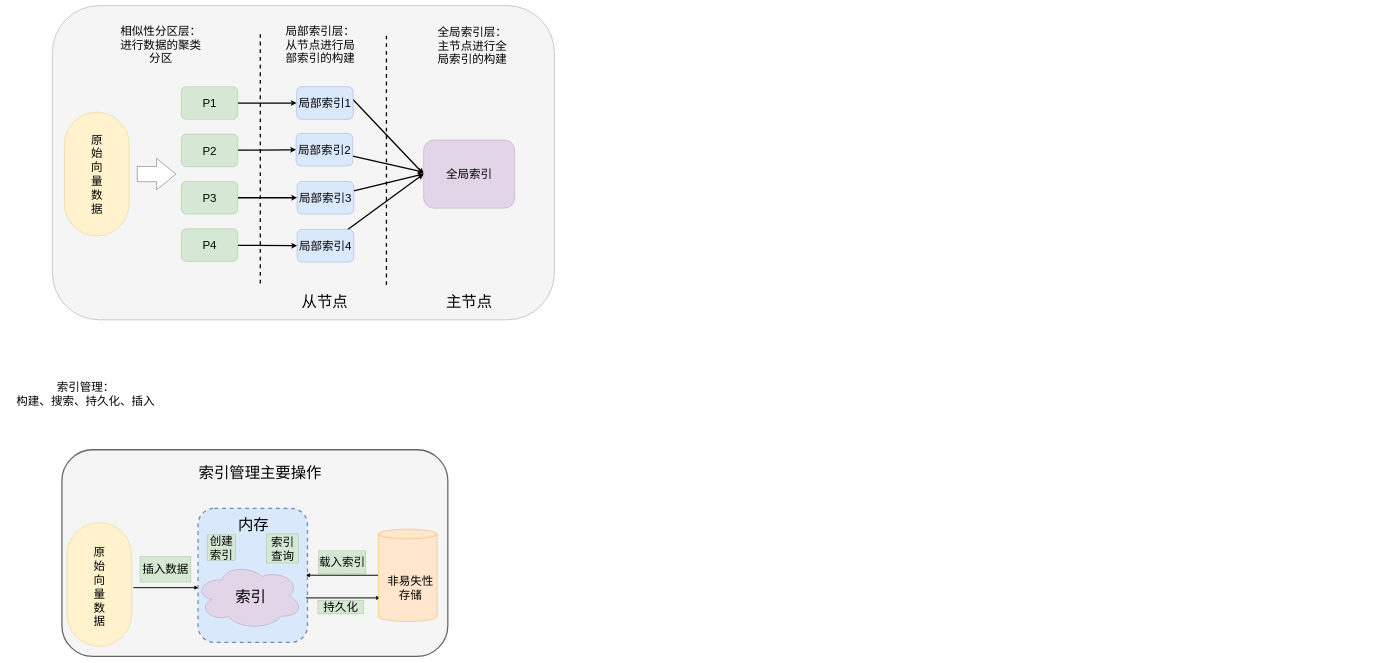
Earlier version of the draw.io diagram 1.drawio (huzhiyi123/drawio.hub). Source tidied: cells renumbered, new cells numbered last; positions are measured from the earlier drawing's top-left corner, leaving out a move shared by most shapes. Both pictures are drawn from the tidied source at 32%, with x=0, y=0 at pixel (5, 5).
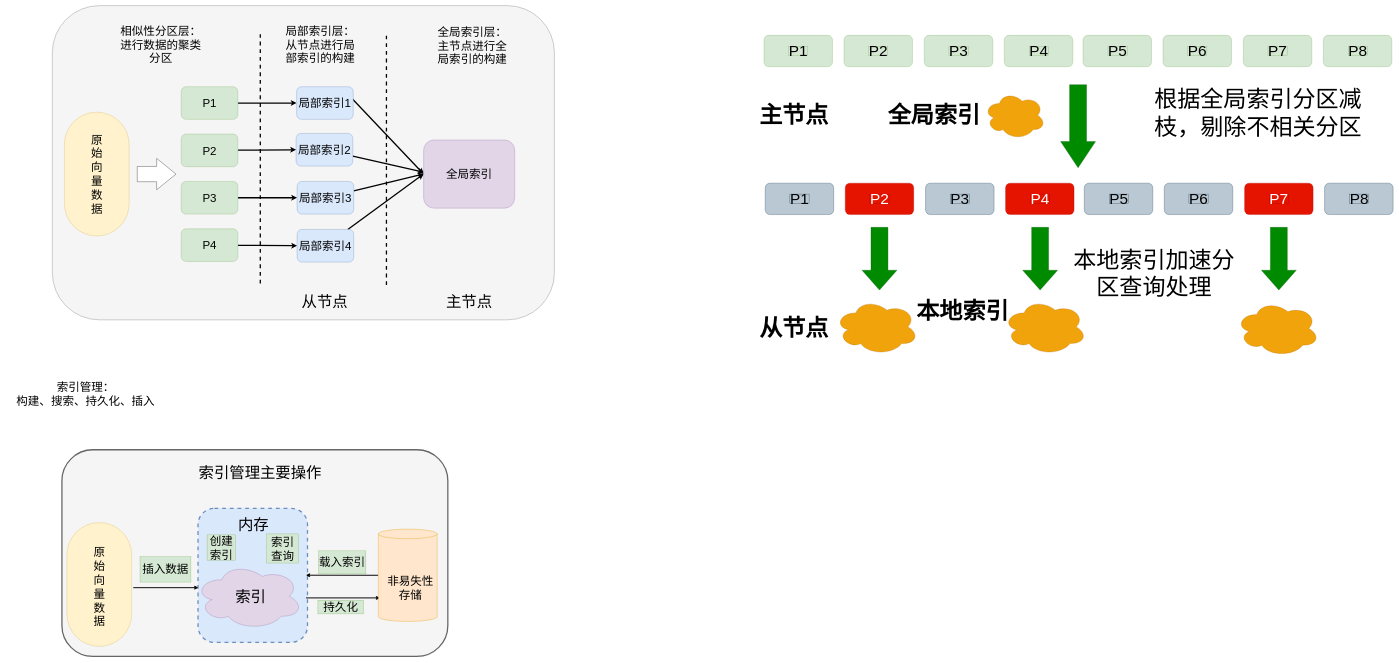
The same diagram, later.

What changed in the source:
```diff
@@
+    <mxCell id="49" style="rounded=1;whiteSpace=wrap;html=1;fillColor=#d5e8d4;strokeColor=#82b366;" parent="1" vertex="1">
+      <mxGeometry x="2371" y="93" width="214" height="98" as="geometry" />
+    </mxCell>
+    <mxCell id="50" style="rounded=1;whiteSpace=wrap;html=1;fillColor=#d5e8d4;strokeColor=#82b366;" parent="1" vertex="1">
+      <mxGeometry x="2621" y="93" width="214" height="98" as="geometry" />
+    </mxCell>
+    <mxCell id="51" value="&lt;font style=&quot;font-size: 48px&quot;&gt;P2&lt;/font&gt;" style="text;html=1;strokeColor=#82b366;fillColor=#d5e8d4;align=center;verticalAlign=middle;whiteSpace=wrap;rounded=0;" parent="1" vertex="1">
+      <mxGeometry x="2698" y="127" width="60" height="30" as="geometry" />
+    </mxCell>
+    <mxCell id="52" value="&lt;font style=&quot;font-size: 48px&quot;&gt;P1&lt;/font&gt;" style="text;html=1;strokeColor=#82b366;fillColor=#d5e8d4;align=center;verticalAlign=middle;whiteSpace=wrap;rounded=0;" parent="1" vertex="1">
+      <mxGeometry x="2448" y="127" width="60" height="30" as="geometry" />
+    </mxCell>
+    <mxCell id="53" style="rounded=1;whiteSpace=wrap;html=1;fillColor=#d5e8d4;strokeColor=#82b366;" parent="1" vertex="1">
+      <mxGeometry x="2872" y="93" width="214" height="98" as="geometry" />
+    </mxCell>
+    <mxCell id="54" style="rounded=1;whiteSpace=wrap;html=1;fillColor=#d5e8d4;strokeColor=#82b366;" parent="1" vertex="1">
+      <mxGeometry x="3122" y="93" width="214" height="98" as="geometry" />
+    </mxCell>
+    <mxCell id="55" value="&lt;font style=&quot;font-size: 48px&quot;&gt;P4&lt;/font&gt;" style="text;html=1;strokeColor=#82b366;fillColor=#d5e8d4;align=center;verticalAlign=middle;whiteSpace=wrap;rounded=0;" parent="1" vertex="1">
+      <mxGeometry x="3200" y="127" width="60" height="30" as="geometry" />
+    </mxCell>
+    <mxCell id="56" value="&lt;font style=&quot;font-size: 48px&quot;&gt;P3&lt;/font&gt;" style="text;html=1;strokeColor=#82b366;fillColor=#d5e8d4;align=center;verticalAlign=middle;whiteSpace=wrap;rounded=0;" parent="1" vertex="1">
+      <mxGeometry x="2949" y="127" width="60" height="30" as="geometry" />
+    </mxCell>
+    <mxCell id="57" style="rounded=1;whiteSpace=wrap;html=1;fillColor=#d5e8d4;strokeColor=#82b366;" parent="1" vertex="1">
+      <mxGeometry x="3368" y="93" width="214" height="98" as="geometry" />
+    </mxCell>
+    <mxCell id="58" style="rounded=1;whiteSpace=wrap;html=1;fillColor=#d5e8d4;strokeColor=#82b366;" parent="1" vertex="1">
+      <mxGeometry x="3618" y="93" width="214" height="98" as="geometry" />
+    </mxCell>
+    <mxCell id="59" value="&lt;font style=&quot;font-size: 48px&quot;&gt;P6&lt;/font&gt;" style="text;html=1;strokeColor=#82b366;fillColor=#d5e8d4;align=center;verticalAlign=middle;whiteSpace=wrap;rounded=0;" parent="1" vertex="1">
+      <mxGeometry x="3695" y="127" width="60" height="30" as="geometry" />
+    </mxCell>
+    <mxCell id="60" value="&lt;font style=&quot;font-size: 48px&quot;&gt;P5&lt;/font&gt;" style="text;html=1;strokeColor=#82b366;fillColor=#d5e8d4;align=center;verticalAlign=middle;whiteSpace=wrap;rounded=0;" parent="1" vertex="1">
+      <mxGeometry x="3446" y="127" width="60" height="30" as="geometry" />
+    </mxCell>
+    <mxCell id="61" style="rounded=1;whiteSpace=wrap;html=1;fillColor=#d5e8d4;strokeColor=#82b366;" parent="1" vertex="1">
+      <mxGeometry x="3869" y="93" width="214" height="98" as="geometry" />
+    </mxCell>
+    <mxCell id="62" style="rounded=1;whiteSpace=wrap;html=1;fillColor=#d5e8d4;strokeColor=#82b366;" parent="1" vertex="1">
+      <mxGeometry x="4119" y="93" width="214" height="98" as="geometry" />
+    </mxCell>
+    <mxCell id="63" value="&lt;font style=&quot;font-size: 48px&quot;&gt;P8&lt;/font&gt;" style="text;html=1;strokeColor=#82b366;fillColor=#d5e8d4;align=center;verticalAlign=middle;whiteSpace=wrap;rounded=0;" parent="1" vertex="1">
+      <mxGeometry x="4197" y="127" width="60" height="30" as="geometry" />
+    </mxCell>
+    <mxCell id="64" value="&lt;font style=&quot;font-size: 48px&quot;&gt;P7&lt;/font&gt;" style="text;html=1;strokeColor=#82b366;fillColor=#d5e8d4;align=center;verticalAlign=middle;whiteSpace=wrap;rounded=0;" parent="1" vertex="1">
+      <mxGeometry x="3946" y="127" width="60" height="30" as="geometry" />
+    </mxCell>
+    <mxCell id="65" style="shape=singleArrow;direction=south;whiteSpace=wrap;html=1;fontSize=48;arrowWidth=0.48614614091207103;arrowSize=0.3160966922075326;fillColor=#008a00;fontColor=#ffffff;strokeColor=#005700;" parent="1" vertex="1">
+      <mxGeometry x="3298" y="247" width="109" height="260" as="geometry" />
+    </mxCell>
+    <mxCell id="66" style="ellipse;shape=cloud;whiteSpace=wrap;html=1;fontSize=48;fillColor=#f0a30a;fontColor=#000000;strokeColor=#BD7000;" parent="1" vertex="1">
+      <mxGeometry x="3059" y="269" width="191" height="148" as="geometry" />
+    </mxCell>
+    <mxCell id="67" value="&lt;b&gt;&lt;font style=&quot;font-size: 72px&quot;&gt;全局索引&lt;/font&gt;&lt;/b&gt;" style="text;html=1;strokeColor=none;fillColor=none;align=center;verticalAlign=middle;whiteSpace=wrap;rounded=0;fontSize=48;" parent="1" vertex="1">
+      <mxGeometry x="2750" y="328" width="305" height="30" as="geometry" />
+    </mxCell>
+    <mxCell id="68" value="根据全局索引分区减枝，剔除不相关分区" style="text;html=1;strokeColor=none;fillColor=none;align=center;verticalAlign=middle;whiteSpace=wrap;rounded=0;fontSize=72;" parent="1" vertex="1">
+      <mxGeometry x="3572" y="320" width="686" height="30" as="geometry" />
+    </mxCell>
+    <mxCell id="69" style="rounded=1;whiteSpace=wrap;html=1;fillColor=#bac8d3;strokeColor=#23445d;" parent="1" vertex="1">
+      <mxGeometry x="2374.9" y="555" width="214" height="98" as="geometry" />
+    </mxCell>
+    <mxCell id="70" style="rounded=1;whiteSpace=wrap;html=1;fillColor=#e51400;strokeColor=#B20000;fontColor=#ffffff;" parent="1" vertex="1">
+      <mxGeometry x="2624.9" y="555" width="214" height="98" as="geometry" />
+    </mxCell>
+    <mxCell id="71" value="&lt;font style=&quot;font-size: 48px&quot;&gt;P2&lt;/font&gt;" style="text;html=1;strokeColor=#B20000;fillColor=#e51400;align=center;verticalAlign=middle;whiteSpace=wrap;rounded=0;fontColor=#ffffff;" parent="1" vertex="1">
+      <mxGeometry x="2701.9" y="589" width="60" height="30" as="geometry" />
+    </mxCell>
+    <mxCell id="72" value="&lt;font style=&quot;font-size: 48px&quot;&gt;P1&lt;/font&gt;" style="text;html=1;strokeColor=#23445d;fillColor=#bac8d3;align=center;verticalAlign=middle;whiteSpace=wrap;rounded=0;" parent="1" vertex="1">
+      <mxGeometry x="2451.9" y="589" width="60" height="30" as="geometry" />
+    </mxCell>
+    <mxCell id="73" style="rounded=1;whiteSpace=wrap;html=1;fillColor=#bac8d3;strokeColor=#23445d;" parent="1" vertex="1">
+      <mxGeometry x="2875.9" y="555" width="214" height="98" as="geometry" />
+    </mxCell>
+    <mxCell id="74" style="rounded=1;whiteSpace=wrap;html=1;fillColor=#e51400;strokeColor=#B20000;fontColor=#ffffff;" parent="1" vertex="1">
+      <mxGeometry x="3125.9" y="555" width="214" height="98" as="geometry" />
+    </mxCell>
+    <mxCell id="75" value="&lt;font style=&quot;font-size: 48px&quot;&gt;P4&lt;/font&gt;" style="text;html=1;strokeColor=#B20000;fillColor=#e51400;align=center;verticalAlign=middle;whiteSpace=wrap;rounded=0;fontColor=#ffffff;" parent="1" vertex="1">
+      <mxGeometry x="3203.9" y="589" width="60" height="30" as="geometry" />
+    </mxCell>
+    <mxCell id="76" value="&lt;font style=&quot;font-size: 48px&quot;&gt;P3&lt;/font&gt;" style="text;html=1;strokeColor=#23445d;fillColor=#bac8d3;align=center;verticalAlign=middle;whiteSpace=wrap;rounded=0;" parent="1" vertex="1">
+      <mxGeometry x="2952.9" y="589" width="60" height="30" as="geometry" />
+    </mxCell>
+    <mxCell id="77" style="rounded=1;whiteSpace=wrap;html=1;fillColor=#bac8d3;strokeColor=#23445d;" parent="1" vertex="1">
+      <mxGeometry x="3371.9" y="555" width="214" height="98" as="geometry" />
+    </mxCell>
+    <mxCell id="78" style="rounded=1;whiteSpace=wrap;html=1;fillColor=#bac8d3;strokeColor=#23445d;" parent="1" vertex="1">
+      <mxGeometry x="3621.9" y="555" width="214" height="98" as="geometry" />
+    </mxCell>
+    <mxCell id="79" value="&lt;font style=&quot;font-size: 48px&quot;&gt;P6&lt;/font&gt;" style="text;html=1;strokeColor=#23445d;fillColor=#bac8d3;align=center;verticalAlign=middle;whiteSpace=wrap;rounded=0;" parent="1" vertex="1">
+      <mxGeometry x="3698.9" y="589" width="60" height="30" as="geometry" />
+    </mxCell>
+    <mxCell id="80" value="&lt;font style=&quot;font-size: 48px&quot;&gt;P5&lt;/font&gt;" style="text;html=1;strokeColor=#23445d;fillColor=#bac8d3;align=center;verticalAlign=middle;whiteSpace=wrap;rounded=0;" parent="1" vertex="1">
+      <mxGeometry x="3449.9" y="589" width="60" height="30" as="geometry" />
+    </mxCell>
+    <mxCell id="81" style="rounded=1;whiteSpace=wrap;html=1;fillColor=#e51400;strokeColor=#B20000;fontColor=#ffffff;" parent="1" vertex="1">
+      <mxGeometry x="3872.9" y="555" width="214" height="98" as="geometry" />
+    </mxCell>
+    <mxCell id="82" style="rounded=1;whiteSpace=wrap;html=1;fillColor=#bac8d3;strokeColor=#23445d;" parent="1" vertex="1">
+      <mxGeometry x="4122.9" y="555" width="214" height="98" as="geometry" />
+    </mxCell>
+    <mxCell id="83" value="&lt;font style=&quot;font-size: 48px&quot;&gt;P8&lt;/font&gt;" style="text;html=1;strokeColor=#23445d;fillColor=#bac8d3;align=center;verticalAlign=middle;whiteSpace=wrap;rounded=0;" parent="1" vertex="1">
+      <mxGeometry x="4200.9" y="589" width="60" height="30" as="geometry" />
+    </mxCell>
+    <mxCell id="84" value="&lt;font style=&quot;font-size: 48px&quot;&gt;P7&lt;/font&gt;" style="text;html=1;strokeColor=#B20000;fillColor=#e51400;align=center;verticalAlign=middle;whiteSpace=wrap;rounded=0;fontColor=#ffffff;" parent="1" vertex="1">
+      <mxGeometry x="3949.9" y="589" width="60" height="30" as="geometry" />
+    </mxCell>
+    <mxCell id="85" style="shape=singleArrow;direction=south;whiteSpace=wrap;html=1;fontSize=48;arrowWidth=0.48614614091207103;arrowSize=0.3160966922075326;fillColor=#008a00;fontColor=#ffffff;strokeColor=#005700;" parent="1" vertex="1">
+      <mxGeometry x="2677.4" y="693" width="109" height="196" as="geometry" />
+    </mxCell>
+    <mxCell id="86" style="shape=singleArrow;direction=south;whiteSpace=wrap;html=1;fontSize=48;arrowWidth=0.48614614091207103;arrowSize=0.3160966922075326;fillColor=#008a00;fontColor=#ffffff;strokeColor=#005700;" parent="1" vertex="1">
+      <mxGeometry x="3179.4" y="693" width="109" height="196" as="geometry" />
+    </mxCell>
+    <mxCell id="87" style="shape=singleArrow;direction=south;whiteSpace=wrap;html=1;fontSize=48;arrowWidth=0.48614614091207103;arrowSize=0.3160966922075326;fillColor=#008a00;fontColor=#ffffff;strokeColor=#005700;" parent="1" vertex="1">
+      <mxGeometry x="3925.4" y="693" width="109" height="196" as="geometry" />
+    </mxCell>
+    <mxCell id="88" style="ellipse;shape=cloud;whiteSpace=wrap;html=1;fontSize=72;fillColor=#f0a30a;fontColor=#000000;strokeColor=#BD7000;" parent="1" vertex="1">
+      <mxGeometry x="2593" y="917" width="260" height="174" as="geometry" />
+    </mxCell>
+    <mxCell id="89" style="ellipse;shape=cloud;whiteSpace=wrap;html=1;fontSize=72;fillColor=#f0a30a;fontColor=#000000;strokeColor=#BD7000;" parent="1" vertex="1">
+      <mxGeometry x="3119" y="917" width="260" height="174" as="geometry" />
+    </mxCell>
+    <mxCell id="90" style="ellipse;shape=cloud;whiteSpace=wrap;html=1;fontSize=72;fillColor=#f0a30a;fontColor=#000000;strokeColor=#BD7000;" parent="1" vertex="1">
+      <mxGeometry x="3846" y="922" width="260" height="174" as="geometry" />
+    </mxCell>
+    <mxCell id="91" value="&lt;b&gt;&lt;font style=&quot;font-size: 72px&quot;&gt;本地索引&lt;/font&gt;&lt;/b&gt;" style="text;html=1;strokeColor=none;fillColor=none;align=center;verticalAlign=middle;whiteSpace=wrap;rounded=0;fontSize=48;" parent="1" vertex="1">
+      <mxGeometry x="2838.9" y="939" width="305" height="30" as="geometry" />
+    </mxCell>
+    <mxCell id="92" value="&lt;span style=&quot;font-size: 72px&quot;&gt;&lt;b&gt;主节点&lt;/b&gt;&lt;/span&gt;" style="text;html=1;strokeColor=none;fillColor=none;align=center;verticalAlign=middle;whiteSpace=wrap;rounded=0;fontSize=48;" parent="1" vertex="1">
+      <mxGeometry x="2312" y="328" width="305" height="30" as="geometry" />
+    </mxCell>
+    <mxCell id="93" value="&lt;span style=&quot;font-size: 72px&quot;&gt;&lt;b&gt;从节点&lt;/b&gt;&lt;/span&gt;" style="text;html=1;strokeColor=none;fillColor=none;align=center;verticalAlign=middle;whiteSpace=wrap;rounded=0;fontSize=48;" parent="1" vertex="1">
+      <mxGeometry x="2312" y="994" width="305" height="30" as="geometry" />
+    </mxCell>
+    <mxCell id="94" value="本地索引加速分区查询处理" style="text;html=1;strokeColor=none;fillColor=none;align=center;verticalAlign=middle;whiteSpace=wrap;rounded=0;fontSize=72;" parent="1" vertex="1">
+      <mxGeometry x="3305" y="822" width="570" height="30" as="geometry" />
+    </mxCell>
```
